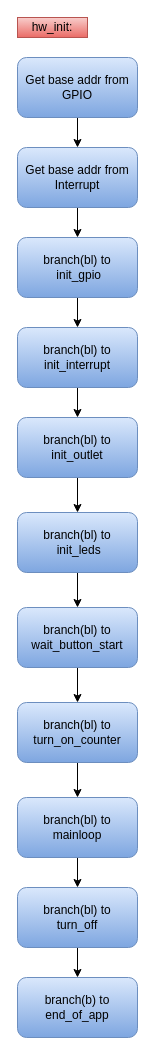
The draw.io diagram diagrams/Programmablauf_init.drawio in DerToaster98/SysProgTIT18, before the edit. Source tidied: cells renumbered, new cells numbered last; positions are measured from the earlier drawing's top-left corner, leaving out a move shared by most shapes. Both pictures are drawn from the tidied source at 100%, with x=0, y=0 at pixel (17, 17).
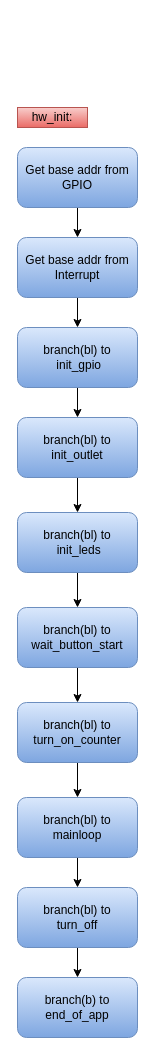
The same diagram, later.

The change refers to these unchanged cells:
```xml
<mxCell id="20" value="branch(bl) to init_outlet" style="rounded=1;whiteSpace=wrap;html=1;gradientColor=#7ea6e0;fillColor=#dae8fc;strokeColor=#6c8ebf;" parent="1" vertex="1">
  <mxGeometry y="400" width="120" height="60" as="geometry" />
</mxCell>
```

Change to the diagram source:
```diff
@@
     <mxCell id="2" value="hw_init:" style="text;html=1;strokeColor=#b85450;fillColor=#f8cecc;align=center;verticalAlign=middle;whiteSpace=wrap;rounded=0;gradientColor=#ea6b66;" parent="1" vertex="1">
-      <mxGeometry width="70" height="20" as="geometry" />
+      <mxGeometry y="90" width="70" height="20" as="geometry" />
     </mxCell>
@@
     <mxCell id="4" value="Get base addr from GPIO" style="rounded=1;whiteSpace=wrap;html=1;gradientColor=#7ea6e0;fillColor=#dae8fc;strokeColor=#6c8ebf;" parent="1" vertex="1">
-      <mxGeometry y="40" width="120" height="60" as="geometry" />
+      <mxGeometry y="130" width="120" height="60" as="geometry" />
     </mxCell>
@@
     <mxCell id="6" value="Get base addr from Interrupt" style="rounded=1;whiteSpace=wrap;html=1;gradientColor=#7ea6e0;fillColor=#dae8fc;strokeColor=#6c8ebf;" parent="1" vertex="1">
-      <mxGeometry y="130" width="120" height="60" as="geometry" />
+      <mxGeometry y="220" width="120" height="60" as="geometry" />
     </mxCell>
-    <mxCell id="7" style="edgeStyle=orthogonalEdgeStyle;rounded=0;jettySize=auto;html=1;" parent="1" edge="1" source="8" target="18">
-      <mxGeometry relative="1" as="geometry" />
-    </mxCell>
+    <mxCell id="24" style="edgeStyle=orthogonalEdgeStyle;rounded=0;jettySize=auto;html=1;entryX=0.5;entryY=0;entryDx=0;entryDy=0;" parent="1" edge="1" source="8" target="20">
+      <mxGeometry relative="1" as="geometry" />
+    </mxCell>
     <mxCell id="8" value="branch(bl) to&lt;br&gt;&amp;nbsp;init_gpio" style="rounded=1;whiteSpace=wrap;html=1;gradientColor=#7ea6e0;fillColor=#dae8fc;strokeColor=#6c8ebf;" parent="1" vertex="1">
-      <mxGeometry y="220" width="120" height="60" as="geometry" />
+      <mxGeometry y="310" width="120" height="60" as="geometry" />
     </mxCell>
@@
-    <mxCell id="17" style="edgeStyle=orthogonalEdgeStyle;rounded=0;jettySize=auto;html=1;" parent="1" edge="1" source="18" target="20">
-      <mxGeometry relative="1" as="geometry" />
-    </mxCell>
-    <mxCell id="18" value="branch(bl) to init_interrupt" style="rounded=1;whiteSpace=wrap;html=1;gradientColor=#7ea6e0;fillColor=#dae8fc;strokeColor=#6c8ebf;" parent="1" vertex="1">
-      <mxGeometry y="310" width="120" height="60" as="geometry" />
-    </mxCell>
```
